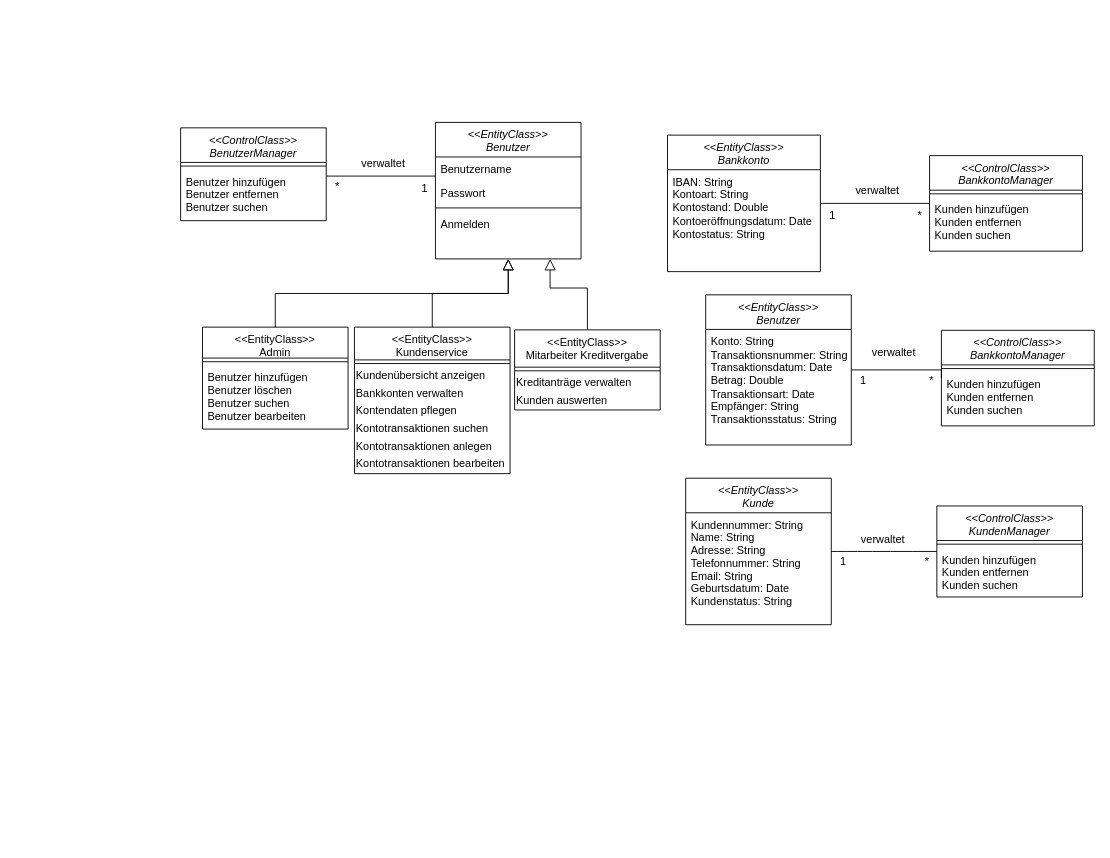
JaSc2912/VerteilteAnwendungen keeps this draw.io diagram as page "Technischer Entwurf" (5 of 5) of Datenmodell.drawio. Above is the earlier version. Source tidied: cells renumbered, new cells numbered last; positions are measured from the earlier drawing's top-left corner, leaving out a move shared by most shapes. Both pictures are drawn from the tidied source at 91%, with x=0, y=0 at pixel (180, 122).
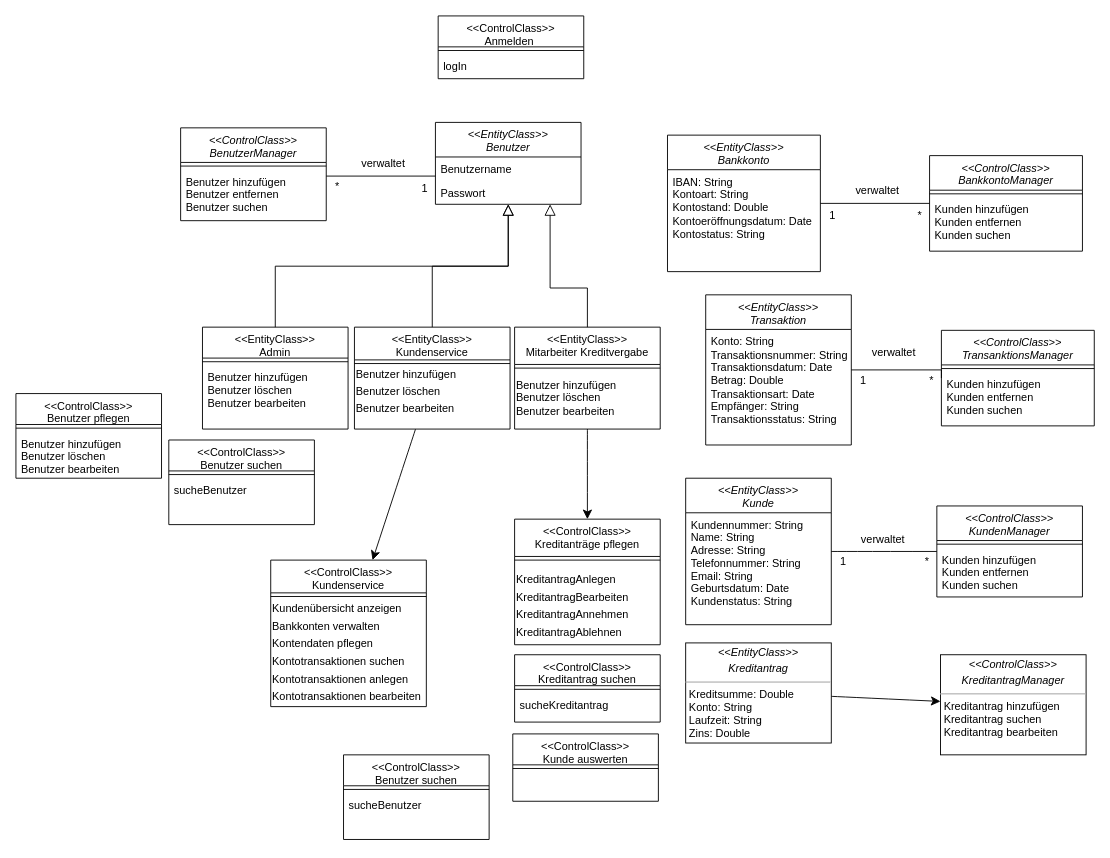
After the change.

The change refers to these unchanged cells:
```xml
<mxCell id="7" value="&lt;&lt;EntityClass&gt;&gt;&#10;Admin" style="swimlane;fontStyle=0;align=center;verticalAlign=top;horizontal=1;startSize=34;rounded=0;shadow=0;strokeWidth=1;" parent="1" vertex="1">
  <mxGeometry x="24" y="225" width="160" height="112" as="geometry" />
</mxCell>
```

Diff of the diagram source:
```diff
@@
     <mxCell id="2" value="&lt;&lt;EntityClass&gt;&gt;&#10;Benutzer" style="swimlane;fontStyle=2;align=center;verticalAlign=top;horizontal=1;startSize=38;rounded=0;shadow=0;strokeWidth=1;" parent="1" vertex="1">
-      <mxGeometry x="280" width="160" height="150" as="geometry" />
+      <mxGeometry x="280" width="160" height="90" as="geometry" />
     </mxCell>
@@
-    <mxCell id="5" style="line;html=1;strokeWidth=1;align=left;verticalAlign=middle;spacingTop=-1;spacingLeft=3;spacingRight=3;labelPosition=right;" parent="2" vertex="1">
-      <mxGeometry y="90" width="160" height="8" as="geometry" />
-    </mxCell>
-    <mxCell id="6" value="Anmelden" style="text;align=left;verticalAlign=top;spacingLeft=4;spacingRight=4;overflow=hidden;" parent="2" vertex="1">
-      <mxGeometry y="98" width="160" height="26" as="geometry" />
-    </mxCell>
@@
-    <mxCell id="9" value="Benutzer hinzufügen&#10;Benutzer löschen&#10;Benutzer suchen&#10;Benutzer bearbeiten" style="text;align=left;verticalAlign=top;spacingLeft=4;spacingRight=4;overflow=hidden;fontStyle=0;" parent="7" vertex="1">
+    <mxCell id="9" value="Benutzer hinzufügen&#10;Benutzer löschen&#10;Benutzer bearbeiten" style="text;align=left;verticalAlign=top;spacingLeft=4;spacingRight=4;overflow=hidden;fontStyle=0;" parent="7" vertex="1">
       <mxGeometry y="42" width="160" height="62" as="geometry" />
     </mxCell>
@@
+    <mxCell id="53" style="edgeStyle=none;curved=1;rounded=0;jettySize=auto;html=1;fontSize=12;startSize=8;endSize=8;" parent="1" edge="1" source="11" target="61">
+      <mxGeometry relative="1" as="geometry" />
+    </mxCell>
     <mxCell id="11" value="&lt;&lt;EntityClass&gt;&gt;&#10;Kundenservice" style="swimlane;fontStyle=0;align=center;verticalAlign=top;horizontal=1;startSize=36;rounded=0;shadow=0;strokeWidth=1;" parent="1" vertex="1">
-      <mxGeometry x="191" y="225" width="171" height="161" as="geometry" />
+      <mxGeometry x="191" y="225" width="171" height="112" as="geometry" />
     </mxCell>
@@
-    <mxCell id="13" value="&lt;span style=&quot;font-size: 12px;&quot;&gt;Kundenübersicht anzeigen&lt;/span&gt;&lt;br&gt;&lt;span style=&quot;font-size: 12px;&quot;&gt;Bankkonten verwalten&lt;/span&gt;&lt;br&gt;&lt;span style=&quot;font-size: 12px;&quot;&gt;Kontendaten pflegen&lt;/span&gt;&lt;br&gt;&lt;span style=&quot;font-size: 12px;&quot;&gt;Kontotransaktionen suchen&lt;/span&gt;&lt;br&gt;&lt;span style=&quot;font-size: 12px;&quot;&gt;Kontotransaktionen anlegen&lt;/span&gt;&lt;br&gt;&lt;span style=&quot;font-size: 12px;&quot;&gt;Kontotransaktionen bearbeiten&lt;/span&gt;" style="text;strokeColor=none;fillColor=none;html=1;align=left;verticalAlign=middle;whiteSpace=wrap;rounded=0;fontSize=16;" parent="11" vertex="1">
-      <mxGeometry y="44" width="171" height="111" as="geometry" />
+    <mxCell id="13" value="&lt;span style=&quot;font-size: 12px;&quot;&gt;Benutzer hinzufügen&lt;/span&gt;&lt;div&gt;&lt;span style=&quot;font-size: 12px;&quot;&gt;Benutzer löschen&lt;/span&gt;&lt;/div&gt;&lt;div&gt;&lt;span style=&quot;font-size: 12px;&quot;&gt;Benutzer bearbeiten&lt;/span&gt;&lt;/div&gt;" style="text;strokeColor=none;fillColor=none;html=1;align=left;verticalAlign=middle;whiteSpace=wrap;rounded=0;fontSize=16;" parent="11" vertex="1">
+      <mxGeometry y="44" width="171" height="49" as="geometry" />
     </mxCell>
@@
+    <mxCell id="54" style="edgeStyle=none;curved=1;rounded=0;jettySize=auto;html=1;fontSize=12;startSize=8;endSize=8;" parent="1" edge="1" source="15" target="64">
+      <mxGeometry relative="1" as="geometry" />
+    </mxCell>
     <mxCell id="15" value="&lt;&lt;EntityClass&gt;&gt;&#10;Mitarbeiter Kreditvergabe" style="swimlane;fontStyle=0;align=center;verticalAlign=top;horizontal=1;startSize=41;rounded=0;shadow=0;strokeWidth=1;" parent="1" vertex="1">
-      <mxGeometry x="367" y="228" width="160" height="88" as="geometry" />
+      <mxGeometry x="367" y="225" width="160" height="112" as="geometry" />
     </mxCell>
@@
-    <mxCell id="17" value="&lt;font style=&quot;font-size: 12px;&quot;&gt;Kreditanträge verwalten&lt;/font&gt;&lt;div&gt;&lt;font style=&quot;font-size: 12px;&quot;&gt;Kunden auswerten&lt;/font&gt;&lt;/div&gt;" style="text;strokeColor=none;fillColor=none;html=1;align=left;verticalAlign=middle;whiteSpace=wrap;rounded=0;fontSize=16;" parent="15" vertex="1">
-      <mxGeometry y="49" width="160" height="34" as="geometry" />
-    </mxCell>
@@
-    <mxCell id="25" value="&lt;&lt;EntityClass&gt;&gt;&#10;Benutzer" style="swimlane;fontStyle=2;align=center;verticalAlign=top;horizontal=1;startSize=38;rounded=0;shadow=0;strokeWidth=1;" parent="1" vertex="1">
+    <mxCell id="25" value="&lt;&lt;EntityClass&gt;&gt;&#10;Transaktion" style="swimlane;fontStyle=2;align=center;verticalAlign=top;horizontal=1;startSize=38;rounded=0;shadow=0;strokeWidth=1;" parent="1" vertex="1">
       <mxGeometry x="577" y="189.5" width="160" height="165" as="geometry" />
     </mxCell>
@@
-    <mxCell id="39" value="&lt;&lt;ControlClass&gt;&gt;&#10;BankkontoManager" style="swimlane;fontStyle=2;align=center;verticalAlign=top;horizontal=1;startSize=38;rounded=0;shadow=0;strokeWidth=1;" parent="1" vertex="1">
+    <mxCell id="39" value="&lt;&lt;ControlClass&gt;&gt;&#10;TransanktionsManager" style="swimlane;fontStyle=2;align=center;verticalAlign=top;horizontal=1;startSize=38;rounded=0;shadow=0;strokeWidth=1;" parent="1" vertex="1">
       <mxGeometry x="836" y="228.5" width="168" height="105" as="geometry" />
     </mxCell>
@@
+    <mxCell id="55" style="edgeStyle=none;curved=1;rounded=0;jettySize=auto;html=1;fontSize=12;startSize=8;endSize=8;" parent="1" edge="1" source="56" target="57">
+      <mxGeometry relative="1" as="geometry" />
+    </mxCell>
+    <mxCell id="56" value="&lt;p style=&quot;margin:0px;margin-top:4px;text-align:center;&quot;&gt;&lt;i&gt;&amp;lt;&amp;lt;EntityClass&amp;gt;&amp;gt;&lt;/i&gt;&lt;/p&gt;&lt;p style=&quot;margin:0px;margin-top:4px;text-align:center;&quot;&gt;&lt;i&gt;Kreditantrag&lt;/i&gt;&lt;/p&gt;&lt;hr size=&quot;1&quot;&gt;&lt;p style=&quot;margin:0px;margin-left:4px;&quot;&gt;Kreditsumme: Double&lt;br&gt;&lt;/p&gt;&lt;p style=&quot;margin:0px;margin-left:4px;&quot;&gt;Konto: String&lt;/p&gt;&lt;p style=&quot;margin:0px;margin-left:4px;&quot;&gt;Laufzeit: String&lt;/p&gt;&lt;p style=&quot;margin:0px;margin-left:4px;&quot;&gt;Zins: Double&lt;/p&gt;&lt;p style=&quot;margin:0px;margin-left:4px;&quot;&gt;&lt;br&gt;&lt;/p&gt;" style="verticalAlign=top;align=left;overflow=fill;fontSize=12;fontFamily=Helvetica;html=1;rounded=0;shadow=0;comic=0;labelBackgroundColor=none;strokeWidth=1;" parent="1" vertex="1">
+      <mxGeometry x="555" y="572" width="160" height="110" as="geometry" />
+    </mxCell>
+    <mxCell id="57" value="&lt;p style=&quot;margin:0px;margin-top:4px;text-align:center;&quot;&gt;&lt;i&gt;&amp;lt;&amp;lt;ControlClass&amp;gt;&amp;gt;&lt;/i&gt;&lt;/p&gt;&lt;p style=&quot;margin:0px;margin-top:4px;text-align:center;&quot;&gt;&lt;i&gt;KreditantragManager&lt;/i&gt;&lt;/p&gt;&lt;hr size=&quot;1&quot;&gt;&lt;p style=&quot;margin:0px;margin-left:4px;&quot;&gt;Kreditantrag hinzufügen&lt;/p&gt;&lt;p style=&quot;margin:0px;margin-left:4px;&quot;&gt;Kreditantrag suchen&lt;/p&gt;&lt;p style=&quot;margin:0px;margin-left:4px;&quot;&gt;Kreditantrag bearbeiten&lt;/p&gt;&lt;p style=&quot;margin:0px;margin-left:4px;&quot;&gt;&lt;br&gt;&lt;/p&gt;" style="verticalAlign=top;align=left;overflow=fill;fontSize=12;fontFamily=Helvetica;html=1;rounded=0;shadow=0;comic=0;labelBackgroundColor=none;strokeWidth=1;" parent="1" vertex="1">
+      <mxGeometry x="835" y="585" width="160" height="110" as="geometry" />
+    </mxCell>
+    <mxCell id="58" value="&lt;&lt;ControlClass&gt;&gt;&#10;Benutzer pflegen" style="swimlane;fontStyle=0;align=center;verticalAlign=top;horizontal=1;startSize=34;rounded=0;shadow=0;strokeWidth=1;" parent="1" vertex="1">
+      <mxGeometry x="-181" y="298" width="160" height="93" as="geometry" />
+    </mxCell>
+    <mxCell id="59" style="line;html=1;strokeWidth=1;align=left;verticalAlign=middle;spacingTop=-1;spacingLeft=3;spacingRight=3;labelPosition=right;" parent="58" vertex="1">
+      <mxGeometry y="34" width="160" height="8" as="geometry" />
+    </mxCell>
+    <mxCell id="60" value="Benutzer hinzufügen&#10;Benutzer löschen&#10;Benutzer bearbeiten" style="text;align=left;verticalAlign=top;spacingLeft=4;spacingRight=4;overflow=hidden;fontStyle=0;" parent="58" vertex="1">
+      <mxGeometry y="42" width="160" height="51" as="geometry" />
+    </mxCell>
+    <mxCell id="61" value="&lt;&lt;ControlClass&gt;&gt;&#10;Kundenservice" style="swimlane;fontStyle=0;align=center;verticalAlign=top;horizontal=1;startSize=36;rounded=0;shadow=0;strokeWidth=1;" parent="1" vertex="1">
+      <mxGeometry x="99" y="481" width="171" height="161" as="geometry" />
+    </mxCell>
+    <mxCell id="62" style="line;html=1;strokeWidth=1;align=left;verticalAlign=middle;spacingTop=-1;spacingLeft=3;spacingRight=3;labelPosition=right;" parent="61" vertex="1">
+      <mxGeometry y="36" width="171" height="8" as="geometry" />
+    </mxCell>
+    <mxCell id="63" value="&lt;span style=&quot;font-size: 12px;&quot;&gt;Kundenübersicht anzeigen&lt;/span&gt;&lt;br&gt;&lt;span style=&quot;font-size: 12px;&quot;&gt;Bankkonten verwalten&lt;/span&gt;&lt;br&gt;&lt;span style=&quot;font-size: 12px;&quot;&gt;Kontendaten pflegen&lt;/span&gt;&lt;br&gt;&lt;span style=&quot;font-size: 12px;&quot;&gt;Kontotransaktionen suchen&lt;/span&gt;&lt;br&gt;&lt;span style=&quot;font-size: 12px;&quot;&gt;Kontotransaktionen anlegen&lt;/span&gt;&lt;br&gt;&lt;span style=&quot;font-size: 12px;&quot;&gt;Kontotransaktionen bearbeiten&lt;/span&gt;" style="text;strokeColor=none;fillColor=none;html=1;align=left;verticalAlign=middle;whiteSpace=wrap;rounded=0;fontSize=16;" parent="61" vertex="1">
+      <mxGeometry y="44" width="171" height="111" as="geometry" />
+    </mxCell>
+    <mxCell id="64" value="&lt;&lt;ControlClass&gt;&gt;&#10;Kreditanträge pflegen" style="swimlane;fontStyle=0;align=center;verticalAlign=top;horizontal=1;startSize=41;rounded=0;shadow=0;strokeWidth=1;" parent="1" vertex="1">
+      <mxGeometry x="367" y="436" width="160" height="138" as="geometry" />
+    </mxCell>
+    <mxCell id="65" style="line;html=1;strokeWidth=1;align=left;verticalAlign=middle;spacingTop=-1;spacingLeft=3;spacingRight=3;labelPosition=right;" parent="64" vertex="1">
+      <mxGeometry y="41" width="160" height="8" as="geometry" />
+    </mxCell>
+    <mxCell id="66" value="&lt;span style=&quot;font-size: 12px;&quot;&gt;KreditantragAnlegen&lt;/span&gt;&lt;div&gt;&lt;span style=&quot;font-size: 12px;&quot;&gt;KreditantragBearbeiten&lt;/span&gt;&lt;/div&gt;&lt;div&gt;&lt;span style=&quot;font-size: 12px;&quot;&gt;KreditantragAnnehmen&lt;/span&gt;&lt;/div&gt;&lt;div&gt;&lt;span style=&quot;font-size: 12px;&quot;&gt;KreditantragAblehnen&lt;/span&gt;&lt;/div&gt;&lt;div&gt;&lt;span style=&quot;font-size: 12px;&quot;&gt;&lt;br&gt;&lt;/span&gt;&lt;/div&gt;" style="text;strokeColor=none;fillColor=none;html=1;align=left;verticalAlign=top;whiteSpace=wrap;rounded=0;fontSize=16;" parent="64" vertex="1">
+      <mxGeometry y="49" width="160" height="88" as="geometry" />
+    </mxCell>
+    <mxCell id="67" value="&lt;span&gt;Benutzer hinzufügen&lt;/span&gt;&lt;div&gt;&lt;span&gt;Benutzer löschen&lt;/span&gt;&lt;/div&gt;&lt;div&gt;&lt;span&gt;Benutzer bearbeiten&lt;/span&gt;&lt;/div&gt;" style="text;strokeColor=none;fillColor=none;html=1;align=left;verticalAlign=middle;whiteSpace=wrap;rounded=0;fontSize=12;" parent="1" vertex="1">
+      <mxGeometry x="367" y="278" width="160" height="50" as="geometry" />
+    </mxCell>
+    <mxCell id="68" value="&lt;&lt;ControlClass&gt;&gt;&#10;Benutzer suchen" style="swimlane;fontStyle=0;align=center;verticalAlign=top;horizontal=1;startSize=34;rounded=0;shadow=0;strokeWidth=1;" parent="1" vertex="1">
+      <mxGeometry x="-13" y="349" width="160" height="93" as="geometry" />
+    </mxCell>
+    <mxCell id="69" style="line;html=1;strokeWidth=1;align=left;verticalAlign=middle;spacingTop=-1;spacingLeft=3;spacingRight=3;labelPosition=right;" parent="68" vertex="1">
+      <mxGeometry y="34" width="160" height="8" as="geometry" />
+    </mxCell>
+    <mxCell id="70" value="sucheBenutzer" style="text;align=left;verticalAlign=top;spacingLeft=4;spacingRight=4;overflow=hidden;fontStyle=0;" parent="68" vertex="1">
+      <mxGeometry y="42" width="160" height="51" as="geometry" />
+    </mxCell>
+    <mxCell id="71" value="&lt;&lt;ControlClass&gt;&gt;&#10;Anmelden " style="swimlane;fontStyle=0;align=center;verticalAlign=top;horizontal=1;startSize=34;rounded=0;shadow=0;strokeWidth=1;" parent="1" vertex="1">
+      <mxGeometry x="283" y="-117" width="160" height="69" as="geometry" />
+    </mxCell>
+    <mxCell id="72" style="line;html=1;strokeWidth=1;align=left;verticalAlign=middle;spacingTop=-1;spacingLeft=3;spacingRight=3;labelPosition=right;" parent="71" vertex="1">
+      <mxGeometry y="34" width="160" height="8" as="geometry" />
+    </mxCell>
+    <mxCell id="73" value="logIn" style="text;align=left;verticalAlign=top;spacingLeft=4;spacingRight=4;overflow=hidden;fontStyle=0;" parent="71" vertex="1">
+      <mxGeometry y="42" width="160" height="27" as="geometry" />
+    </mxCell>
+    <mxCell id="74" value="&lt;&lt;ControlClass&gt;&gt;&#10;Kreditantrag suchen" style="swimlane;fontStyle=0;align=center;verticalAlign=top;horizontal=1;startSize=34;rounded=0;shadow=0;strokeWidth=1;" parent="1" vertex="1">
+      <mxGeometry x="367" y="585" width="160" height="74" as="geometry" />
+    </mxCell>
+    <mxCell id="75" style="line;html=1;strokeWidth=1;align=left;verticalAlign=middle;spacingTop=-1;spacingLeft=3;spacingRight=3;labelPosition=right;" parent="74" vertex="1">
+      <mxGeometry y="34" width="160" height="8" as="geometry" />
+    </mxCell>
+    <mxCell id="76" value="sucheKreditantrag" style="text;align=left;verticalAlign=top;spacingLeft=4;spacingRight=4;overflow=hidden;fontStyle=0;" parent="74" vertex="1">
+      <mxGeometry y="42" width="160" height="27" as="geometry" />
+    </mxCell>
+    <mxCell id="77" value="&lt;&lt;ControlClass&gt;&gt;&#10;Kunde auswerten" style="swimlane;fontStyle=0;align=center;verticalAlign=top;horizontal=1;startSize=34;rounded=0;shadow=0;strokeWidth=1;" parent="1" vertex="1">
+      <mxGeometry x="365" y="672" width="160" height="74" as="geometry" />
+    </mxCell>
+    <mxCell id="78" style="line;html=1;strokeWidth=1;align=left;verticalAlign=middle;spacingTop=-1;spacingLeft=3;spacingRight=3;labelPosition=right;" parent="77" vertex="1">
+      <mxGeometry y="34" width="160" height="8" as="geometry" />
+    </mxCell>
+    <mxCell id="79" value="&lt;&lt;ControlClass&gt;&gt;&#10;Benutzer suchen" style="swimlane;fontStyle=0;align=center;verticalAlign=top;horizontal=1;startSize=34;rounded=0;shadow=0;strokeWidth=1;" parent="1" vertex="1">
+      <mxGeometry x="179" y="695" width="160" height="93" as="geometry" />
+    </mxCell>
+    <mxCell id="80" style="line;html=1;strokeWidth=1;align=left;verticalAlign=middle;spacingTop=-1;spacingLeft=3;spacingRight=3;labelPosition=right;" parent="79" vertex="1">
+      <mxGeometry y="34" width="160" height="8" as="geometry" />
+    </mxCell>
+    <mxCell id="81" value="sucheBenutzer" style="text;align=left;verticalAlign=top;spacingLeft=4;spacingRight=4;overflow=hidden;fontStyle=0;" parent="79" vertex="1">
+      <mxGeometry y="42" width="160" height="51" as="geometry" />
+    </mxCell>
```
